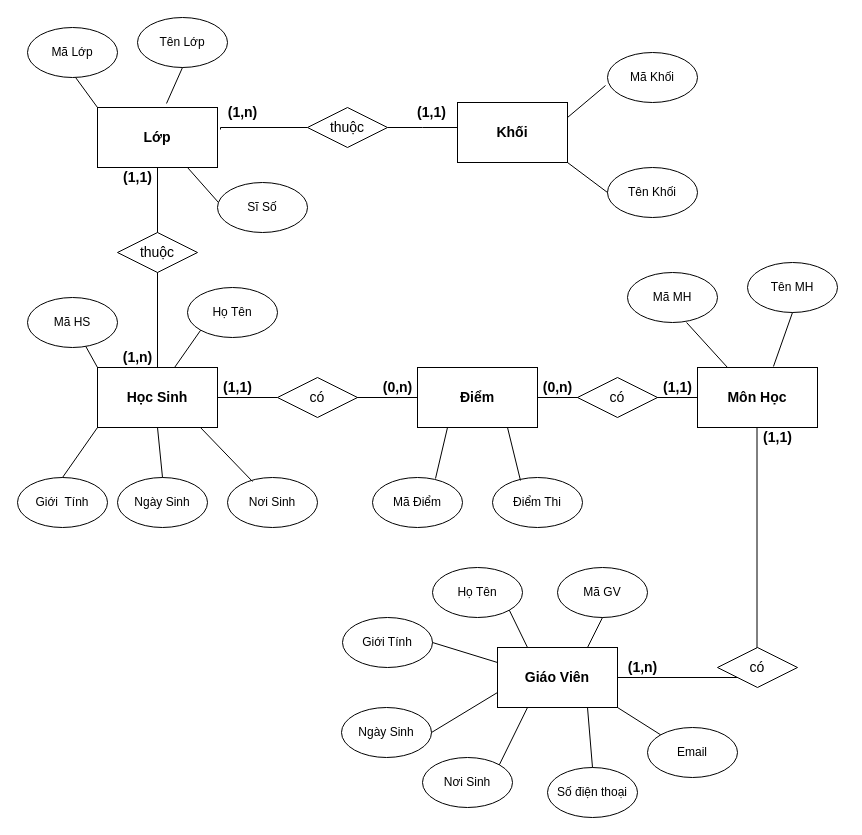
This is E-R.drawio from thaodtt09/test, a draw.io file, before an edit. Source tidied: cells renumbered, new cells numbered last; positions are measured from the earlier drawing's top-left corner, leaving out a move shared by most shapes. Both pictures are drawn from the tidied source at 100%, with x=0, y=0 at pixel (17, 17).
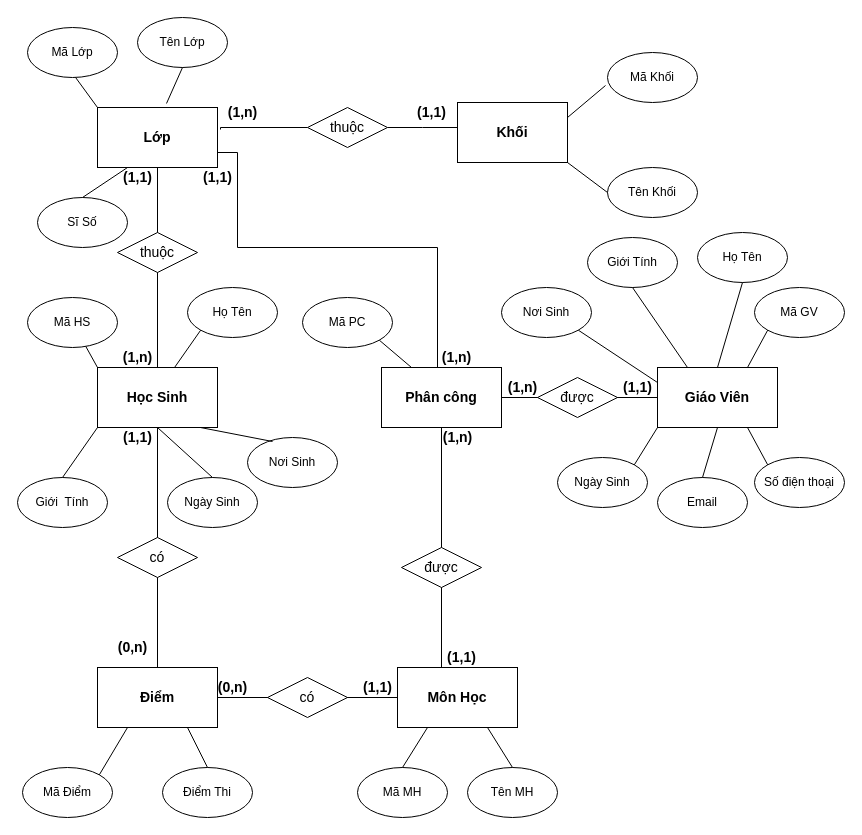
Above is the later version.

Unchanged cells that the change refers to:
```xml
<mxCell id="4" value="&lt;font style=&quot;font-size: 14px&quot;&gt;&lt;b&gt;Học Sinh&lt;/b&gt;&lt;/font&gt;" style="rounded=0;whiteSpace=wrap;html=1;strokeWidth=1;" parent="1" vertex="1">
  <mxGeometry x="80" y="350" width="120" height="60" as="geometry" />
</mxCell>
<mxCell id="7" value="&lt;span style=&quot;font-size: 14px&quot;&gt;&lt;b&gt;Lớp&lt;/b&gt;&lt;/span&gt;" style="rounded=0;whiteSpace=wrap;html=1;strokeWidth=1;" parent="1" vertex="1">
  <mxGeometry x="80" y="90" width="120" height="60" as="geometry" />
</mxCell>
```

The edit, as a diff of the source:
```diff
@@
-    <mxCell id="2" style="rounded=0;jettySize=auto;html=1;exitX=1;exitY=0.5;exitDx=0;exitDy=0;entryX=0;entryY=0.5;entryDx=0;entryDy=0;endArrow=none;endFill=0;startArrow=none;" parent="1" edge="1" source="10" target="6">
-      <mxGeometry relative="1" as="geometry">
-        <Array as="points">
-          <mxPoint x="320" y="380" />
-        </Array>
-      </mxGeometry>
-    </mxCell>
@@
+    <mxCell id="72" style="edgeStyle=orthogonalEdgeStyle;rounded=0;jettySize=auto;html=1;exitX=0.5;exitY=1;exitDx=0;exitDy=0;entryX=0.5;entryY=0;entryDx=0;entryDy=0;endArrow=none;endFill=0;" parent="1" edge="1" source="4" target="6">
+      <mxGeometry relative="1" as="geometry" />
+    </mxCell>
@@
     <mxCell id="6" value="&lt;span style=&quot;font-size: 14px&quot;&gt;&lt;b&gt;Điểm&lt;/b&gt;&lt;/span&gt;" style="rounded=0;whiteSpace=wrap;html=1;strokeWidth=1;" parent="1" vertex="1">
-      <mxGeometry x="400" y="350" width="120" height="60" as="geometry" />
+      <mxGeometry x="80" y="650" width="120" height="60" as="geometry" />
     </mxCell>
@@
+    <mxCell id="73" style="edgeStyle=orthogonalEdgeStyle;rounded=0;jettySize=auto;html=1;exitX=0.5;exitY=0;exitDx=0;exitDy=0;entryX=0.5;entryY=1;entryDx=0;entryDy=0;endArrow=none;endFill=0;" parent="1" edge="1" source="8" target="78">
+      <mxGeometry relative="1" as="geometry">
+        <Array as="points">
+          <mxPoint x="424" y="650" />
+        </Array>
+      </mxGeometry>
+    </mxCell>
     <mxCell id="8" value="&lt;span style=&quot;font-size: 14px&quot;&gt;&lt;b&gt;Môn Học&lt;/b&gt;&lt;/span&gt;" style="rounded=0;whiteSpace=wrap;html=1;strokeWidth=1;" parent="1" vertex="1">
-      <mxGeometry x="680" y="350" width="120" height="60" as="geometry" />
+      <mxGeometry x="380" y="650" width="120" height="60" as="geometry" />
     </mxCell>
@@
     <mxCell id="10" value="&lt;font style=&quot;font-size: 14px&quot;&gt;có&lt;/font&gt;" style="rhombus;whiteSpace=wrap;html=1;" parent="1" vertex="1">
-      <mxGeometry x="260" y="360" width="80" height="40" as="geometry" />
+      <mxGeometry x="100" y="520" width="80" height="40" as="geometry" />
     </mxCell>
-    <mxCell id="11" style="rounded=0;jettySize=auto;html=1;exitX=1;exitY=0.5;exitDx=0;exitDy=0;entryX=0;entryY=0.5;entryDx=0;entryDy=0;endArrow=none;endFill=0;" parent="1" edge="1" source="4" target="10">
-      <mxGeometry relative="1" as="geometry" />
-    </mxCell>
@@
     <mxCell id="14" value="Ngày Sinh" style="ellipse;whiteSpace=wrap;html=1;" parent="1" vertex="1">
-      <mxGeometry x="100" y="460" width="90" height="50" as="geometry" />
+      <mxGeometry x="150" y="460" width="90" height="50" as="geometry" />
     </mxCell>
@@
     <mxCell id="16" value="Nơi Sinh" style="ellipse;whiteSpace=wrap;html=1;" parent="1" vertex="1">
-      <mxGeometry x="210" y="460" width="90" height="50" as="geometry" />
+      <mxGeometry x="230" y="420" width="90" height="50" as="geometry" />
     </mxCell>
@@
-    <mxCell id="22" value="&lt;font style=&quot;font-size: 14px&quot;&gt;có&lt;/font&gt;" style="rhombus;whiteSpace=wrap;html=1;" parent="1" vertex="1">
-      <mxGeometry x="560" y="360" width="80" height="40" as="geometry" />
+    <mxCell id="22" value="&lt;span style=&quot;font-size: 14px&quot;&gt;được&lt;/span&gt;" style="rhombus;whiteSpace=wrap;html=1;" parent="1" vertex="1">
+      <mxGeometry x="384" y="530" width="80" height="40" as="geometry" />
     </mxCell>
@@
     <mxCell id="27" value="Tên MH" style="ellipse;whiteSpace=wrap;html=1;" parent="1" vertex="1">
-      <mxGeometry x="730" y="245" width="90" height="50" as="geometry" />
+      <mxGeometry x="450" y="750" width="90" height="50" as="geometry" />
     </mxCell>
     <mxCell id="28" value="Mã MH" style="ellipse;whiteSpace=wrap;html=1;" parent="1" vertex="1">
-      <mxGeometry x="610" y="255" width="90" height="50" as="geometry" />
+      <mxGeometry x="340" y="750" width="90" height="50" as="geometry" />
     </mxCell>
-    <mxCell id="29" style="endArrow=none;html=1;exitX=0.656;exitY=1;exitDx=0;exitDy=0;entryX=0.25;entryY=0;entryDx=0;entryDy=0;exitPerimeter=0;" parent="1" edge="1" source="28" target="8">
-      <mxGeometry relative="1" as="geometry" />
-    </mxCell>
-    <mxCell id="30" style="endArrow=none;html=1;exitX=0.5;exitY=1;exitDx=0;exitDy=0;entryX=0.633;entryY=-0.017;entryDx=0;entryDy=0;entryPerimeter=0;" parent="1" edge="1" source="27" target="8">
-      <mxGeometry relative="1" as="geometry" />
-    </mxCell>
-    <mxCell id="31" style="endArrow=none;html=1;exitX=0.7;exitY=0.02;exitDx=0;exitDy=0;exitPerimeter=0;" parent="1" edge="1" source="32">
-      <mxGeometry relative="1" as="geometry">
-        <mxPoint x="430" y="410" as="targetPoint" />
-      </mxGeometry>
-    </mxCell>
     <mxCell id="32" value="Mã Điểm" style="ellipse;whiteSpace=wrap;html=1;" parent="1" vertex="1">
-      <mxGeometry x="355" y="460" width="90" height="50" as="geometry" />
+      <mxGeometry x="5" y="750" width="90" height="50" as="geometry" />
     </mxCell>
     <mxCell id="33" value="Sĩ Số" style="ellipse;whiteSpace=wrap;html=1;" parent="1" vertex="1">
-      <mxGeometry x="200" y="165" width="90" height="50" as="geometry" />
+      <mxGeometry x="20" y="180" width="90" height="50" as="geometry" />
     </mxCell>
@@
-    <mxCell id="36" style="endArrow=none;html=1;exitX=0.011;exitY=0.4;exitDx=0;exitDy=0;exitPerimeter=0;entryX=0.75;entryY=1;entryDx=0;entryDy=0;" parent="1" edge="1" source="33" target="7">
-      <mxGeometry relative="1" as="geometry" />
-    </mxCell>
@@
     <mxCell id="43" value="Điểm Thi" style="ellipse;whiteSpace=wrap;html=1;" parent="1" vertex="1">
-      <mxGeometry x="475" y="460" width="90" height="50" as="geometry" />
+      <mxGeometry x="145" y="750" width="90" height="50" as="geometry" />
     </mxCell>
-    <mxCell id="44" style="endArrow=none;html=1;exitX=0.311;exitY=0.06;exitDx=0;exitDy=0;exitPerimeter=0;" parent="1" edge="1" source="43">
-      <mxGeometry relative="1" as="geometry">
-        <mxPoint x="490" y="410" as="targetPoint" />
-      </mxGeometry>
-    </mxCell>
     <mxCell id="45" value="&lt;b&gt;&lt;font style=&quot;font-size: 14px&quot;&gt;(1,1)&lt;/font&gt;&lt;/b&gt;" style="text;html=1;align=center;verticalAlign=middle;strokeColor=none;" parent="1" vertex="1">
-      <mxGeometry x="200" y="360" width="40" height="20" as="geometry" />
+      <mxGeometry x="100" y="410" width="40" height="20" as="geometry" />
     </mxCell>
     <mxCell id="46" value="&lt;b&gt;&lt;font style=&quot;font-size: 14px&quot;&gt;(0,n)&lt;/font&gt;&lt;/b&gt;" style="text;html=1;align=center;verticalAlign=middle;strokeColor=none;" parent="1" vertex="1">
-      <mxGeometry x="355" y="360" width="50" height="20" as="geometry" />
+      <mxGeometry x="90" y="620" width="50" height="20" as="geometry" />
     </mxCell>
     <mxCell id="47" value="&lt;b&gt;&lt;font style=&quot;font-size: 14px&quot;&gt;(0,n)&lt;/font&gt;&lt;/b&gt;" style="text;html=1;align=center;verticalAlign=middle;strokeColor=none;" parent="1" vertex="1">
-      <mxGeometry x="515" y="360" width="50" height="20" as="geometry" />
+      <mxGeometry x="190" y="660" width="50" height="20" as="geometry" />
     </mxCell>
     <mxCell id="48" value="&lt;b&gt;&lt;font style=&quot;font-size: 14px&quot;&gt;(1,1)&lt;/font&gt;&lt;/b&gt;" style="text;html=1;align=center;verticalAlign=middle;strokeColor=none;" parent="1" vertex="1">
-      <mxGeometry x="640" y="360" width="40" height="20" as="geometry" />
+      <mxGeometry x="340" y="660" width="40" height="20" as="geometry" />
     </mxCell>
@@
     <mxCell id="53" value="&lt;span style=&quot;font-size: 14px&quot;&gt;&lt;b&gt;Giáo Viên&lt;/b&gt;&lt;/span&gt;" style="rounded=0;whiteSpace=wrap;html=1;strokeWidth=1;" parent="1" vertex="1">
-      <mxGeometry x="480" y="630" width="120" height="60" as="geometry" />
+      <mxGeometry x="640" y="350" width="120" height="60" as="geometry" />
     </mxCell>
-    <mxCell id="54" style="edgeStyle=orthogonalEdgeStyle;rounded=0;jettySize=auto;html=1;exitX=1;exitY=0.5;exitDx=0;exitDy=0;entryX=0.5;entryY=1;entryDx=0;entryDy=0;endArrow=none;endFill=0;" parent="1" edge="1" source="53">
-      <mxGeometry relative="1" as="geometry">
-        <mxPoint x="739.5" y="410" as="targetPoint" />
-        <Array as="points">
-          <mxPoint x="740" y="660" />
-        </Array>
-      </mxGeometry>
-    </mxCell>
     <mxCell id="55" value="&lt;font style=&quot;font-size: 14px&quot;&gt;có&lt;/font&gt;" style="rhombus;whiteSpace=wrap;html=1;" parent="1" vertex="1">
-      <mxGeometry x="700" y="630" width="80" height="40" as="geometry" />
+      <mxGeometry x="250" y="660" width="80" height="40" as="geometry" />
     </mxCell>
-    <mxCell id="56" value="&lt;b&gt;&lt;font style=&quot;font-size: 14px&quot;&gt;(1,1)&lt;/font&gt;&lt;/b&gt;" style="text;html=1;align=center;verticalAlign=middle;strokeColor=none;" parent="1" vertex="1">
-      <mxGeometry x="740" y="410" width="40" height="20" as="geometry" />
-    </mxCell>
     <mxCell id="57" value="Mã GV" style="ellipse;whiteSpace=wrap;html=1;" parent="1" vertex="1">
-      <mxGeometry x="540" y="550" width="90" height="50" as="geometry" />
+      <mxGeometry x="737" y="270" width="90" height="50" as="geometry" />
     </mxCell>
     <mxCell id="58" value="Họ Tên" style="ellipse;whiteSpace=wrap;html=1;" parent="1" vertex="1">
-      <mxGeometry x="415" y="550" width="90" height="50" as="geometry" />
+      <mxGeometry x="680" y="215" width="90" height="50" as="geometry" />
     </mxCell>
     <mxCell id="59" value="Nơi Sinh" style="ellipse;whiteSpace=wrap;html=1;" parent="1" vertex="1">
-      <mxGeometry x="405" y="740" width="90" height="50" as="geometry" />
+      <mxGeometry x="484" y="270" width="90" height="50" as="geometry" />
     </mxCell>
     <mxCell id="60" value="Ngày Sinh" style="ellipse;whiteSpace=wrap;html=1;" parent="1" vertex="1">
-      <mxGeometry x="324" y="690" width="90" height="50" as="geometry" />
+      <mxGeometry x="540" y="440" width="90" height="50" as="geometry" />
     </mxCell>
     <mxCell id="61" value="Giới Tính" style="ellipse;whiteSpace=wrap;html=1;" parent="1" vertex="1">
-      <mxGeometry x="325" y="600" width="90" height="50" as="geometry" />
+      <mxGeometry x="570" y="220" width="90" height="50" as="geometry" />
     </mxCell>
     <mxCell id="62" value="Số điện thoại" style="ellipse;whiteSpace=wrap;html=1;" parent="1" vertex="1">
-      <mxGeometry x="530" y="750" width="90" height="50" as="geometry" />
+      <mxGeometry x="737" y="440" width="90" height="50" as="geometry" />
     </mxCell>
     <mxCell id="63" value="Email" style="ellipse;whiteSpace=wrap;html=1;" parent="1" vertex="1">
-      <mxGeometry x="630" y="710" width="90" height="50" as="geometry" />
+      <mxGeometry x="640" y="460" width="90" height="50" as="geometry" />
     </mxCell>
+    <mxCell id="74" style="endArrow=none;html=1;entryX=0.25;entryY=1;entryDx=0;entryDy=0;exitX=1;exitY=0;exitDx=0;exitDy=0;" parent="1" edge="1" source="32" target="6">
+      <mxGeometry relative="1" as="geometry" />
+    </mxCell>
+    <mxCell id="75" style="endArrow=none;html=1;entryX=0.75;entryY=1;entryDx=0;entryDy=0;exitX=0.5;exitY=0;exitDx=0;exitDy=0;" parent="1" edge="1" source="43" target="6">
+      <mxGeometry relative="1" as="geometry" />
+    </mxCell>
+    <mxCell id="29" style="endArrow=none;html=1;entryX=0.25;entryY=1;entryDx=0;entryDy=0;exitX=0.5;exitY=0;exitDx=0;exitDy=0;" parent="1" edge="1" source="28" target="8">
+      <mxGeometry relative="1" as="geometry" />
+    </mxCell>
+    <mxCell id="30" style="endArrow=none;html=1;entryX=0.75;entryY=1;entryDx=0;entryDy=0;exitX=0.5;exitY=0;exitDx=0;exitDy=0;" parent="1" edge="1" source="27" target="8">
+      <mxGeometry relative="1" as="geometry" />
+    </mxCell>
+    <mxCell id="76" style="edgeStyle=orthogonalEdgeStyle;rounded=0;jettySize=auto;html=1;exitX=1;exitY=0.5;exitDx=0;exitDy=0;entryX=0;entryY=0.5;entryDx=0;entryDy=0;endArrow=none;endFill=0;" parent="1" edge="1" source="78" target="53">
+      <mxGeometry relative="1" as="geometry" />
+    </mxCell>
+    <mxCell id="77" style="edgeStyle=orthogonalEdgeStyle;rounded=0;jettySize=auto;html=1;exitX=0.5;exitY=0;exitDx=0;exitDy=0;entryX=1;entryY=0.75;entryDx=0;entryDy=0;endArrow=none;endFill=0;" parent="1" edge="1" source="78" target="7">
+      <mxGeometry relative="1" as="geometry">
+        <Array as="points">
+          <mxPoint x="420" y="350" />
+          <mxPoint x="420" y="230" />
+          <mxPoint x="220" y="230" />
+          <mxPoint x="220" y="135" />
+        </Array>
+      </mxGeometry>
+    </mxCell>
+    <mxCell id="78" value="&lt;span style=&quot;font-size: 14px&quot;&gt;&lt;b&gt;Phân công&lt;/b&gt;&lt;/span&gt;" style="rounded=0;whiteSpace=wrap;html=1;strokeWidth=1;" parent="1" vertex="1">
+      <mxGeometry x="364" y="350" width="120" height="60" as="geometry" />
+    </mxCell>
+    <mxCell id="36" style="endArrow=none;html=1;entryX=0.25;entryY=1;entryDx=0;entryDy=0;exitX=0.5;exitY=0;exitDx=0;exitDy=0;" parent="1" edge="1" source="33" target="7">
+      <mxGeometry relative="1" as="geometry" />
+    </mxCell>
+    <mxCell id="79" value="&lt;span style=&quot;font-size: 14px&quot;&gt;được&lt;/span&gt;" style="rhombus;whiteSpace=wrap;html=1;" parent="1" vertex="1">
+      <mxGeometry x="520" y="360" width="80" height="40" as="geometry" />
+    </mxCell>
-    <mxCell id="64" style="endArrow=none;html=1;entryX=0.5;entryY=1;entryDx=0;entryDy=0;exitX=0.75;exitY=0;exitDx=0;exitDy=0;" parent="1" edge="1" source="53" target="57">
+    <mxCell id="64" style="endArrow=none;html=1;entryX=0;entryY=1;entryDx=0;entryDy=0;exitX=0.75;exitY=0;exitDx=0;exitDy=0;" parent="1" edge="1" source="53" target="57">
       <mxGeometry relative="1" as="geometry" />
     </mxCell>
-    <mxCell id="65" style="endArrow=none;html=1;exitX=0.25;exitY=0;exitDx=0;exitDy=0;entryX=1;entryY=1;entryDx=0;entryDy=0;" parent="1" edge="1" source="53" target="58">
+    <mxCell id="65" style="endArrow=none;html=1;entryX=0.5;entryY=1;entryDx=0;entryDy=0;exitX=0.5;exitY=0;exitDx=0;exitDy=0;" parent="1" edge="1" source="53" target="58">
       <mxGeometry relative="1" as="geometry" />
     </mxCell>
+    <mxCell id="80" style="endArrow=none;html=1;entryX=0.5;entryY=1;entryDx=0;entryDy=0;exitX=0.25;exitY=0;exitDx=0;exitDy=0;" parent="1" edge="1" source="53" target="61">
+      <mxGeometry relative="1" as="geometry" />
+    </mxCell>
+    <mxCell id="81" style="endArrow=none;html=1;entryX=1;entryY=1;entryDx=0;entryDy=0;exitX=0;exitY=0.25;exitDx=0;exitDy=0;" parent="1" edge="1" source="53" target="59">
+      <mxGeometry relative="1" as="geometry" />
+    </mxCell>
+    <mxCell id="67" style="endArrow=none;html=1;entryX=0.75;entryY=1;entryDx=0;entryDy=0;exitX=0;exitY=0;exitDx=0;exitDy=0;" parent="1" edge="1" source="62" target="53">
+      <mxGeometry relative="1" as="geometry" />
+    </mxCell>
-    <mxCell id="66" style="endArrow=none;html=1;exitX=0;exitY=0;exitDx=0;exitDy=0;entryX=1;entryY=1;entryDx=0;entryDy=0;" parent="1" edge="1" source="63" target="53">
+    <mxCell id="66" style="endArrow=none;html=1;entryX=0.5;entryY=1;entryDx=0;entryDy=0;exitX=0.5;exitY=0;exitDx=0;exitDy=0;" parent="1" edge="1" source="63" target="53">
       <mxGeometry relative="1" as="geometry" />
     </mxCell>
-    <mxCell id="67" style="endArrow=none;html=1;exitX=0.5;exitY=0;exitDx=0;exitDy=0;entryX=0.75;entryY=1;entryDx=0;entryDy=0;" parent="1" edge="1" source="62" target="53">
-      <mxGeometry relative="1" as="geometry" />
-    </mxCell>
-    <mxCell id="68" style="endArrow=none;html=1;exitX=1;exitY=0;exitDx=0;exitDy=0;entryX=0.25;entryY=1;entryDx=0;entryDy=0;" parent="1" edge="1" source="59" target="53">
-      <mxGeometry relative="1" as="geometry" />
-    </mxCell>
-    <mxCell id="69" style="endArrow=none;html=1;exitX=1;exitY=0.5;exitDx=0;exitDy=0;entryX=0;entryY=0.75;entryDx=0;entryDy=0;" parent="1" edge="1" source="60" target="53">
+    <mxCell id="69" style="endArrow=none;html=1;entryX=0;entryY=1;entryDx=0;entryDy=0;exitX=1;exitY=0;exitDx=0;exitDy=0;" parent="1" edge="1" source="60" target="53">
       <mxGeometry relative="1" as="geometry" />
     </mxCell>
-    <mxCell id="70" style="endArrow=none;html=1;exitX=1;exitY=0.5;exitDx=0;exitDy=0;entryX=0;entryY=0.25;entryDx=0;entryDy=0;" parent="1" edge="1" source="61" target="53">
-      <mxGeometry relative="1" as="geometry" />
-    </mxCell>
-    <mxCell id="71" value="&lt;b&gt;&lt;font style=&quot;font-size: 14px&quot;&gt;(1,n)&lt;/font&gt;&lt;/b&gt;" style="text;html=1;align=center;verticalAlign=middle;strokeColor=none;" parent="1" vertex="1">
-      <mxGeometry x="600" y="640" width="50" height="20" as="geometry" />
-    </mxCell>
+    <mxCell id="82" value="&lt;b&gt;&lt;font style=&quot;font-size: 14px&quot;&gt;(1,n)&lt;/font&gt;&lt;/b&gt;" style="text;html=1;align=center;verticalAlign=middle;strokeColor=none;" parent="1" vertex="1">
+      <mxGeometry x="415" y="410" width="50" height="20" as="geometry" />
+    </mxCell>
+    <mxCell id="83" value="&lt;b&gt;&lt;font style=&quot;font-size: 14px&quot;&gt;(1,1)&lt;/font&gt;&lt;/b&gt;" style="text;html=1;align=center;verticalAlign=middle;strokeColor=none;" parent="1" vertex="1">
+      <mxGeometry x="424" y="630" width="40" height="20" as="geometry" />
+    </mxCell>
+    <mxCell id="84" value="&lt;b&gt;&lt;font style=&quot;font-size: 14px&quot;&gt;(1,n)&lt;/font&gt;&lt;/b&gt;" style="text;html=1;align=center;verticalAlign=middle;strokeColor=none;" parent="1" vertex="1">
+      <mxGeometry x="480" y="360" width="50" height="20" as="geometry" />
+    </mxCell>
+    <mxCell id="85" value="&lt;b&gt;&lt;font style=&quot;font-size: 14px&quot;&gt;(1,1)&lt;/font&gt;&lt;/b&gt;" style="text;html=1;align=center;verticalAlign=middle;strokeColor=none;" parent="1" vertex="1">
+      <mxGeometry x="600" y="360" width="40" height="20" as="geometry" />
+    </mxCell>
+    <mxCell id="86" value="Mã PC" style="ellipse;whiteSpace=wrap;html=1;" parent="1" vertex="1">
+      <mxGeometry x="285" y="280" width="90" height="50" as="geometry" />
+    </mxCell>
+    <mxCell id="87" style="endArrow=none;html=1;entryX=1;entryY=1;entryDx=0;entryDy=0;exitX=0.25;exitY=0;exitDx=0;exitDy=0;" parent="1" edge="1" source="78" target="86">
+      <mxGeometry relative="1" as="geometry" />
+    </mxCell>
+    <mxCell id="88" value="&lt;b&gt;&lt;font style=&quot;font-size: 14px&quot;&gt;(1,n)&lt;/font&gt;&lt;/b&gt;" style="text;html=1;align=center;verticalAlign=middle;strokeColor=none;" parent="1" vertex="1">
+      <mxGeometry x="413.5" y="330" width="50" height="20" as="geometry" />
+    </mxCell>
+    <mxCell id="89" value="&lt;b&gt;&lt;font style=&quot;font-size: 14px&quot;&gt;(1,1)&lt;/font&gt;&lt;/b&gt;" style="text;html=1;align=center;verticalAlign=middle;strokeColor=none;" parent="1" vertex="1">
+      <mxGeometry x="180" y="150" width="40" height="20" as="geometry" />
+    </mxCell>
```
